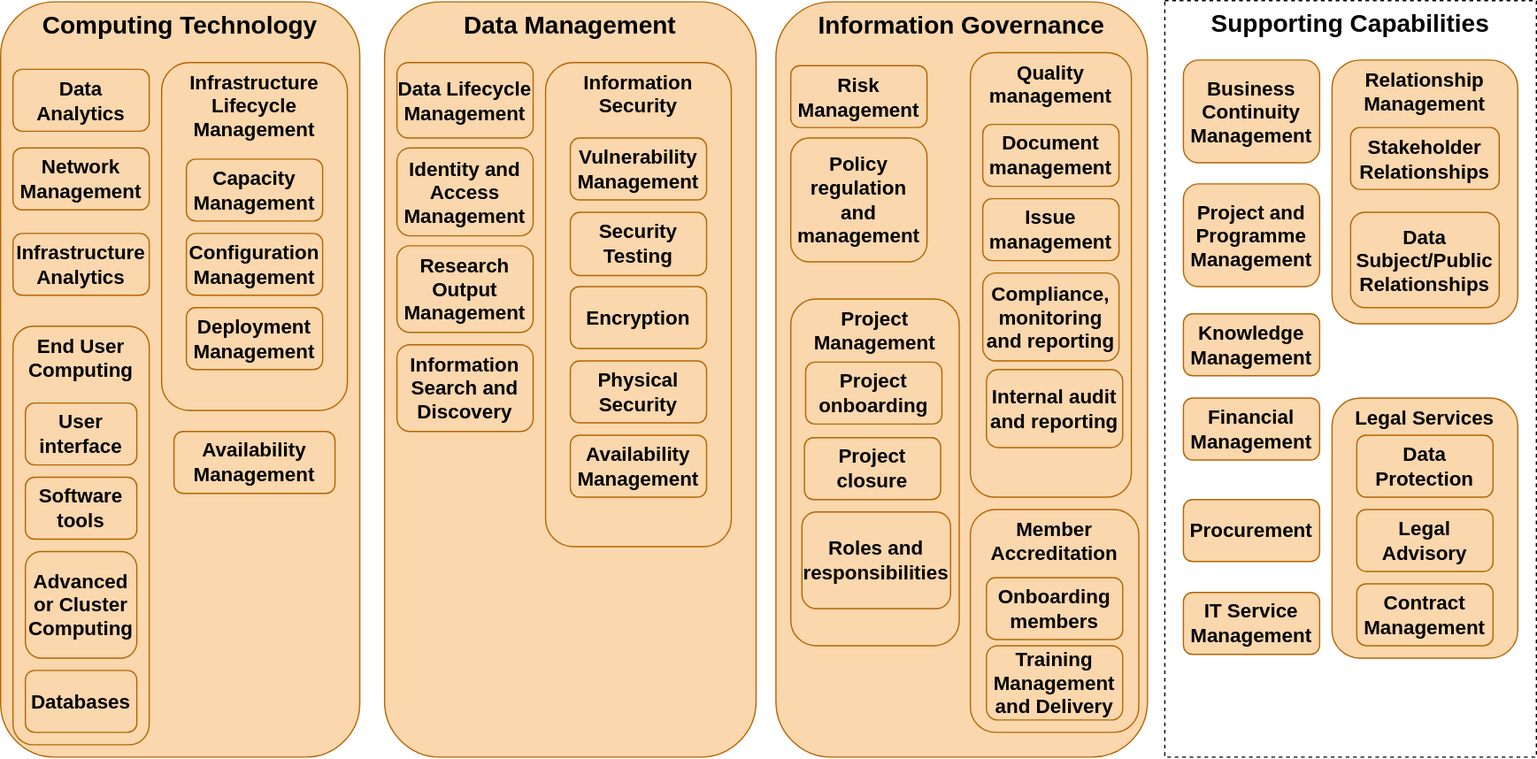
Before: docs/images/Capability_Map/full.drawio.svg, a diagram exported from draw.io (sa-tre/satre-specification). Source tidied: cells renumbered, new cells last; positions are measured from the earlier drawing's top-left corner, leaving out a move shared by most shapes.
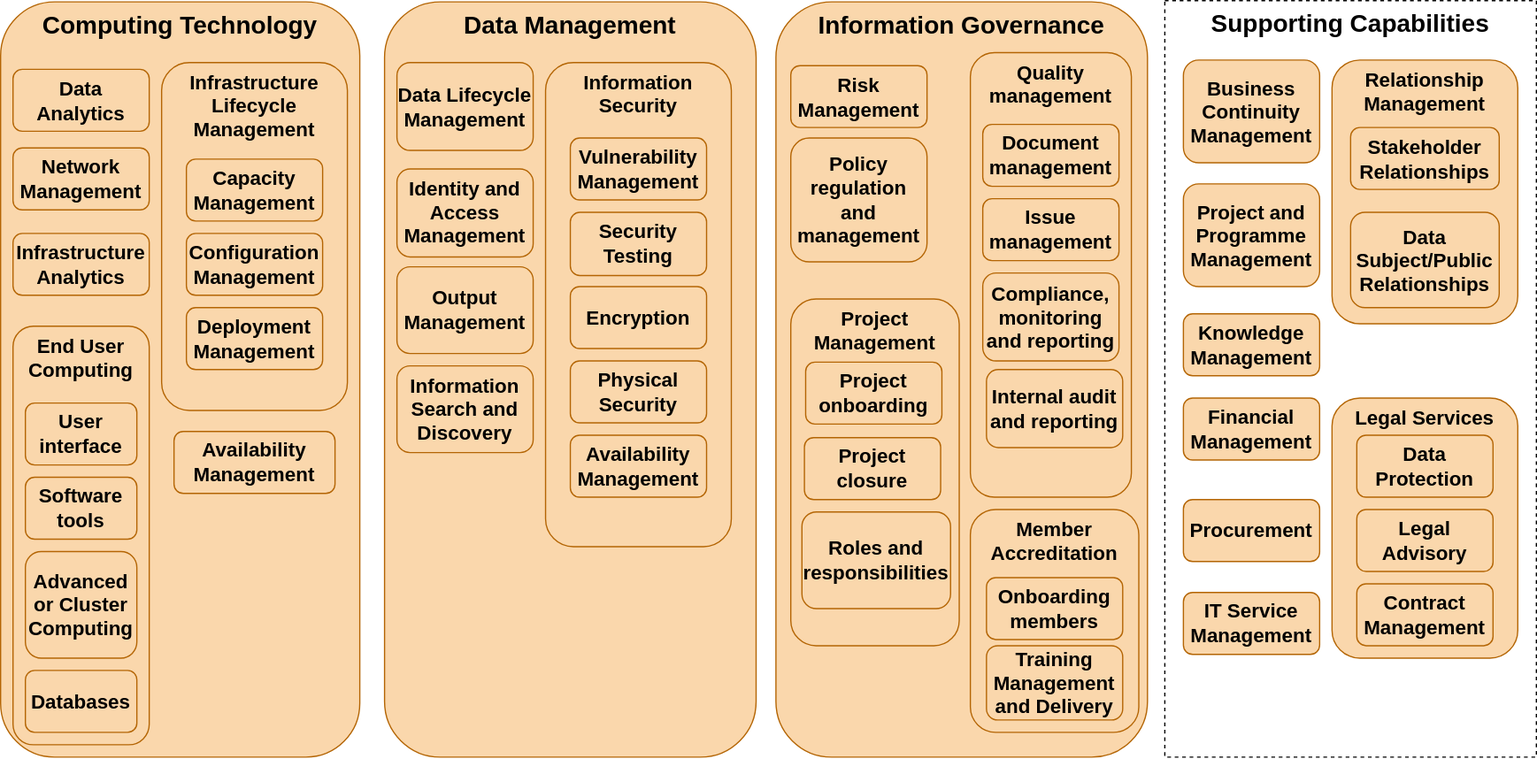
After the commit.

Commit message:
data management cap map

Diff of the diagram source:
```diff
@@ -44,17 +44,17 @@
     <mxCell id="15" value="&lt;font style=&quot;font-size: 16px;&quot;&gt;Configuration Management&lt;/font&gt;" style="rounded=1;whiteSpace=wrap;html=1;fillColor=#fad7ac;strokeColor=#b46504;fontSize=16;fontStyle=1;" parent="1" vertex="1">
       <mxGeometry x="150" y="188" width="110" height="50" as="geometry" />
     </mxCell>
-    <mxCell id="16" value="&lt;font style=&quot;font-size: 16px;&quot;&gt;Research Output Management&lt;/font&gt;" style="rounded=1;whiteSpace=wrap;html=1;fillColor=#fad7ac;strokeColor=#b46504;fontSize=16;fontStyle=1;" parent="1" vertex="1">
-      <mxGeometry x="320" y="198" width="110" height="70" as="geometry" />
+    <mxCell id="16" value="&lt;font style=&quot;font-size: 16px;&quot;&gt;Output Management&lt;/font&gt;" style="rounded=1;whiteSpace=wrap;html=1;fillColor=#fad7ac;strokeColor=#b46504;fontSize=16;fontStyle=1;" parent="1" vertex="1">
+      <mxGeometry x="320" y="215" width="110" height="70" as="geometry" />
     </mxCell>
     <mxCell id="17" value="&lt;font style=&quot;font-size: 16px;&quot;&gt;Identity and Access Management&lt;/font&gt;" style="rounded=1;whiteSpace=wrap;html=1;fillColor=#fad7ac;strokeColor=#b46504;fontSize=16;fontStyle=1;" parent="1" vertex="1">
-      <mxGeometry x="320" y="119" width="110" height="71" as="geometry" />
+      <mxGeometry x="320" y="136" width="110" height="71" as="geometry" />
     </mxCell>
     <mxCell id="18" value="&lt;font style=&quot;font-size: 16px;&quot;&gt;Data Lifecycle Management&lt;/font&gt;" style="rounded=1;whiteSpace=wrap;html=1;fillColor=#fad7ac;strokeColor=#b46504;fontSize=16;fontStyle=1;" parent="1" vertex="1">
-      <mxGeometry x="320" y="50" width="110" height="61" as="geometry" />
+      <mxGeometry x="320" y="50" width="110" height="71" as="geometry" />
     </mxCell>
     <mxCell id="19" value="&lt;font style=&quot;font-size: 16px;&quot;&gt;Information Search and Discovery&lt;/font&gt;" style="rounded=1;whiteSpace=wrap;html=1;fillColor=#fad7ac;strokeColor=#b46504;fontSize=16;fontStyle=1;" parent="1" vertex="1">
-      <mxGeometry x="320" y="278" width="110" height="70" as="geometry" />
+      <mxGeometry x="320" y="295" width="110" height="70" as="geometry" />
     </mxCell>
     <mxCell id="20" value="&lt;font style=&quot;font-size: 16px;&quot;&gt;Information Security&lt;/font&gt;" style="rounded=1;whiteSpace=wrap;html=1;fillColor=#fad7ac;strokeColor=#b46504;verticalAlign=top;fontSize=16;fontStyle=1;" parent="1" vertex="1">
       <mxGeometry x="440" y="50" width="150" height="391" as="geometry" />
```
